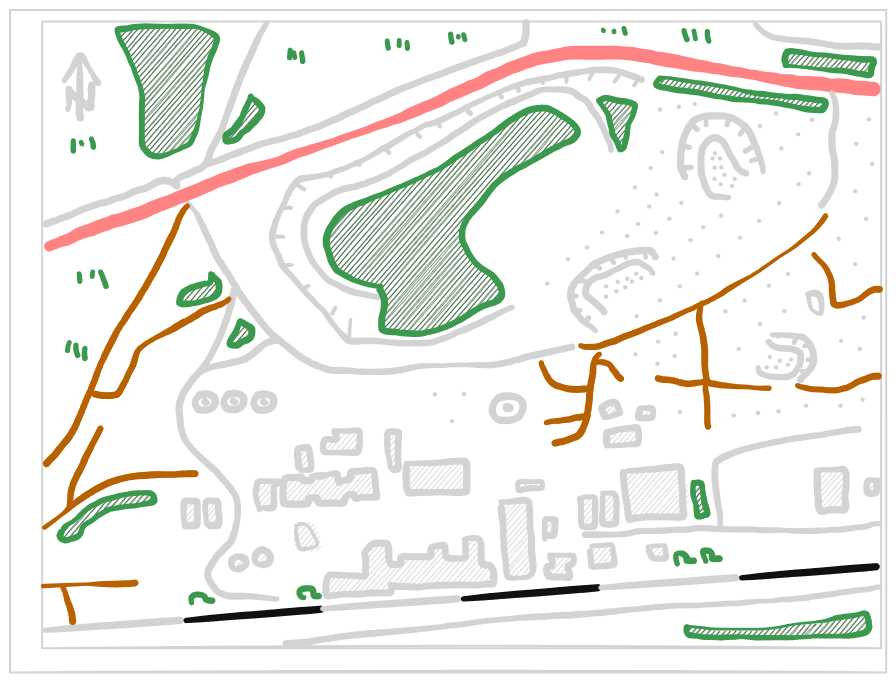
christsven/H.E.A.T keeps this Excalidraw diagram as scenarios/ressources/ashen-hills-layout.excalidraw.png. Above is the earlier version. Source tidied: one line per element, renumbered; positions are measured from the earlier drawing's top-left corner, leaving out a move shared by most shapes.
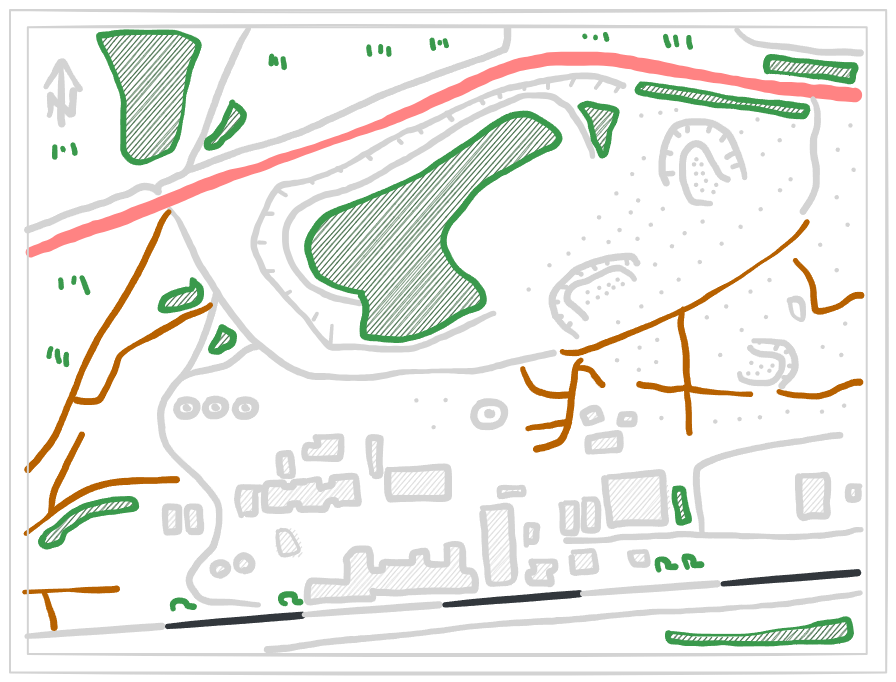
After the commit.

Commit message:
add sillimaee scenario image

What changed in the source:
```diff
@@ -1,15 +1,13 @@
-{"id": 0, "type": "rectangle", "strokeColor": "#1e1e1e", "strokeWidth": 2, "roughness": 1, "x": 32, "y": 12, "width": 839, "height": 627}
-{"id": 1, "type": "rectangle", "strokeColor": "#1e1e1e", "strokeWidth": 2, "roughness": 1, "x": 0, "y": 0, "width": 876, "height": 662}
 {"id": 2, "type": "freedraw", "strokeColor": "#1e1e1e", "backgroundColor": "#40c057", "fillStyle": "hachure", "strokeWidth": 1, "roughness": 1, "x": 54, "y": 71, "width": 34, "height": 29, "points": [[0, 0], [1, -2], [2, -3], [3, -5], [4, -6], [5, -8], [6, -9], [7, -11], [7, -12], [8, -13], [9, -14], [9, -15], [10, -17], [11, -19], [12, -21], [15, -24], [16, -26], [17, -26], [27, -8], [28, -7], [29, -5], [30, -4], [30, -2], [31, -1], [32, 0], [32, 1], [33, 2]]}
 {"id": 3, "type": "freedraw", "strokeColor": "#1e1e1e", "backgroundColor": "#40c057", "fillStyle": "hachure", "strokeWidth": 1, "roughness": 1, "x": 70, "y": 48, "width": 1, "height": 60, "points": [[0, 0], [0, 8], [0, 10], [0, 12], [0, 13], [0, 15], [0, 17], [0, 19], [0, 20], [0, 22], [0, 24], [0, 25], [0, 27], [0, 30], [0, 32], [0, 34], [0, 36], [0, 37], [0, 39], [0, 41], [0, 45], [0, 47], [0, 49], [0, 51], [0, 52], [0, 54], [0, 56], [0, 57], [0, 59], [0, 60]]}
 {"id": 4, "type": "freedraw", "strokeColor": "#1e1e1e", "backgroundColor": "#40c057", "fillStyle": "hachure", "strokeWidth": 1, "roughness": 1, "x": 58, "y": 99, "width": 24, "height": 25, "points": [[0, 0], [1, -2], [1, -5], [1, -8], [1, -11], [1, -14], [1, -17], [1, -20], [2, -19], [5, -15], [8, -12], [12, -10], [15, -7], [17, -5], [19, -3], [21, -1], [23, 0], [23, -4], [23, -7], [23, -10], [23, -12], [24, -15], [24, -18], [24, -21], [24, -24]]}
 {"id": 5, "type": "freedraw", "strokeColor": "#e03131", "strokeWidth": 2, "roughness": 1, "x": 39, "y": 236, "width": 825, "height": 194, "points": [[0, 0], [22, -8], [45, -17], [65, -25], [94, -34], [129, -49], [166, -64], [192, -75], [260, -96], [334, -123], [372, -137], [412, -155], [443, -170], [480, -185], [507, -191], [535, -194], [562, -194], [595, -191], [612, -187], [655, -180], [715, -169], [734, -166], [755, -164], [775, -163], [796, -160], [815, -158]]}
 {"id": 6, "type": "freedraw", "strokeColor": "#1e1e1e", "angle": 6.2, "strokeWidth": 1, "roughness": 1, "x": 35, "y": 614, "width": 135, "height": 2, "points": [[0, 0], [5, 0], [15, 0], [22, 0], [31, 0], [40, 0], [46, 0], [52, 0], [57, 1], [63, 1], [69, 1], [73, 1], [79, 1], [84, 1], [87, 1], [90, 1], [93, 1], [97, 1], [101, 1], [105, 1], [109, 1], [112, 1], [118, 2], [121, 2], [129, 2], [135, 2]]}
-{"id": 7, "type": "freedraw", "strokeColor": "#ffffff", "angle": 6.19, "strokeWidth": 1, "roughness": 1, "x": 176, "y": 604, "width": 135, "height": 2, "points": [[0, 0], [5, 0], [15, 0], [22, 0], [31, 0], [40, 0], [46, 0], [52, 0], [57, 1], [63, 1], [69, 1], [73, 1], [79, 1], [84, 1], [87, 1], [90, 1], [93, 1], [97, 1], [101, 1], [105, 1], [109, 1], [112, 1], [118, 2], [121, 2], [129, 2], [135, 2]]}
+{"id": 7, "type": "freedraw", "strokeColor": "#ced4da", "angle": 6.19, "strokeWidth": 1, "roughness": 1, "x": 176, "y": 604, "width": 135, "height": 2, "points": [[0, 0], [5, 0], [15, 0], [22, 0], [31, 0], [40, 0], [46, 0], [52, 0], [57, 1], [63, 1], [69, 1], [73, 1], [79, 1], [84, 1], [87, 1], [90, 1], [93, 1], [97, 1], [101, 1], [105, 1], [109, 1], [112, 1], [118, 2], [121, 2], [129, 2], [135, 2]]}
 {"id": 8, "type": "freedraw", "strokeColor": "#1e1e1e", "angle": 6.2, "strokeWidth": 1, "roughness": 1, "x": 313, "y": 593, "width": 135, "height": 2, "points": [[0, 0], [5, 0], [15, 0], [22, 0], [31, 0], [40, 0], [46, 0], [52, 0], [57, 1], [63, 1], [69, 1], [73, 1], [79, 1], [84, 1], [87, 1], [90, 1], [93, 1], [97, 1], [101, 1], [105, 1], [109, 1], [112, 1], [118, 2], [121, 2], [129, 2], [135, 2]]}
-{"id": 9, "type": "freedraw", "strokeColor": "#ffffff", "angle": 6.19, "strokeWidth": 1, "roughness": 1, "x": 453, "y": 582, "width": 135, "height": 2, "points": [[0, 0], [5, 0], [15, 0], [22, 0], [31, 0], [40, 0], [46, 0], [52, 0], [57, 1], [63, 1], [69, 1], [73, 1], [79, 1], [84, 1], [87, 1], [90, 1], [93, 1], [97, 1], [101, 1], [105, 1], [109, 1], [112, 1], [118, 2], [121, 2], [129, 2], [135, 2]]}
+{"id": 9, "type": "freedraw", "strokeColor": "#ced4da", "angle": 6.19, "strokeWidth": 1, "roughness": 1, "x": 453, "y": 582, "width": 135, "height": 2, "points": [[0, 0], [5, 0], [15, 0], [22, 0], [31, 0], [40, 0], [46, 0], [52, 0], [57, 1], [63, 1], [69, 1], [73, 1], [79, 1], [84, 1], [87, 1], [90, 1], [93, 1], [97, 1], [101, 1], [105, 1], [109, 1], [112, 1], [118, 2], [121, 2], [129, 2], [135, 2]]}
 {"id": 10, "type": "freedraw", "strokeColor": "#1e1e1e", "angle": 6.2, "strokeWidth": 1, "roughness": 1, "x": 591, "y": 572, "width": 135, "height": 2, "points": [[0, 0], [5, 0], [15, 0], [22, 0], [31, 0], [40, 0], [46, 0], [52, 0], [57, 1], [63, 1], [69, 1], [73, 1], [79, 1], [84, 1], [87, 1], [90, 1], [93, 1], [97, 1], [101, 1], [105, 1], [109, 1], [112, 1], [118, 2], [121, 2], [129, 2], [135, 2]]}
-{"id": 11, "type": "freedraw", "strokeColor": "#ffffff", "angle": 6.19, "strokeWidth": 1, "roughness": 1, "x": 731, "y": 561, "width": 135, "height": 2, "points": [[0, 0], [5, 0], [15, 0], [22, 0], [31, 0], [40, 0], [46, 0], [52, 0], [57, 1], [63, 1], [69, 1], [73, 1], [79, 1], [84, 1], [87, 1], [90, 1], [93, 1], [97, 1], [101, 1], [105, 1], [109, 1], [112, 1], [118, 2], [121, 2], [129, 2], [135, 2]]}
+{"id": 11, "type": "freedraw", "strokeColor": "#ced4da", "angle": 6.19, "strokeWidth": 1, "roughness": 1, "x": 731, "y": 561, "width": 135, "height": 2, "points": [[0, 0], [5, 0], [15, 0], [22, 0], [31, 0], [40, 0], [46, 0], [52, 0], [57, 1], [63, 1], [69, 1], [73, 1], [79, 1], [84, 1], [87, 1], [90, 1], [93, 1], [97, 1], [101, 1], [105, 1], [109, 1], [112, 1], [118, 2], [121, 2], [129, 2], [135, 2]]}
 {"id": 12, "type": "freedraw", "strokeColor": "#1e1e1e", "strokeWidth": 1, "roughness": 1, "x": 257, "y": 13, "width": 221, "height": 201, "points": [[0, 0], [-6, 9], [-10, 19], [-17, 34], [-23, 47], [-29, 62], [-34, 76], [-42, 99], [-46, 110], [-53, 123], [-57, 133], [-62, 141], [-70, 146], [-84, 153], [-91, 158], [-93, 160], [-102, 158], [-116, 163], [-127, 167], [-145, 174], [-158, 178], [-172, 182], [-190, 189], [-203, 194], [-213, 198]]}
 {"id": 13, "type": "freedraw", "strokeColor": "#1e1e1e", "strokeWidth": 1, "roughness": 1, "x": 192, "y": 157, "width": 324, "height": 144, "points": [[0, 0], [7, -3], [16, -6], [27, -11], [39, -15], [59, -23], [79, -28], [94, -33], [111, -39], [126, -45], [137, -49], [152, -56], [169, -64], [182, -70], [192, -75], [213, -83], [228, -89], [244, -95], [258, -100], [276, -107], [293, -113], [309, -119], [318, -122], [323, -128], [324, -136], [324, -143]]}
 {"id": 14, "type": "freedraw", "strokeColor": "#1e1e1e", "strokeWidth": 1, "roughness": 1, "x": 178, "y": 193, "width": 384, "height": 168, "points": [[0, 0], [11, 16], [18, 29], [24, 43], [31, 57], [42, 73], [47, 82], [51, 90], [62, 105], [73, 118], [86, 132], [100, 144], [113, 154], [131, 163], [142, 167], [169, 168], [195, 168], [217, 166], [260, 162], [295, 162], [315, 160], [328, 157], [344, 152], [363, 148], [382, 144]]}
@@ -254,3 +252,5 @@
 {"id": 253, "type": "freedraw", "strokeColor": "#2f9e44", "backgroundColor": "#b2f2bb", "fillStyle": "hachure", "strokeWidth": 1, "roughness": 1, "x": 66, "y": 335, "width": 2, "height": 10, "points": [[0, 0], [0, 1], [0, 2], [0, 3], [0, 4], [0, 5], [0, 6], [0, 8], [0, 8], [1, 10], [2, 10], [2, 10]]}
 {"id": 254, "type": "freedraw", "strokeColor": "#2f9e44", "backgroundColor": "#b2f2bb", "fillStyle": "hachure", "strokeWidth": 1, "roughness": 1, "x": 75, "y": 338, "width": 1, "height": 10, "points": [[0, 0], [0, 1], [-1, 1], [-1, 3], [-1, 3], [-1, 5], [-1, 6], [-1, 7], [0, 9], [0, 10], [0, 10]]}
 {"id": 255, "type": "freedraw", "strokeColor": "#2f9e44", "backgroundColor": "#b2f2bb", "fillStyle": "hachure", "strokeWidth": 1, "roughness": 1, "x": 677, "y": 617, "width": 182, "height": 24, "points": [[0, 0], [20, 2], [53, 3], [89, 1], [121, -4], [141, -6], [147, -9], [156, -10], [174, -12], [179, -13], [182, -5], [182, 3], [174, 7], [156, 10], [138, 10], [118, 11], [103, 11], [86, 11], [73, 11], [55, 10], [46, 11], [33, 11], [20, 11], [7, 9], [1, 9], [0, 4], [0, 0]]}
+{"id": 256, "type": "rectangle", "strokeColor": "#1e1e1e", "strokeWidth": 2, "roughness": 1, "x": 36, "y": 11, "width": 839, "height": 627}
+{"id": 257, "type": "rectangle", "strokeColor": "#1e1e1e", "strokeWidth": 2, "roughness": 1, "x": 18, "y": -6, "width": 876, "height": 662}
```
